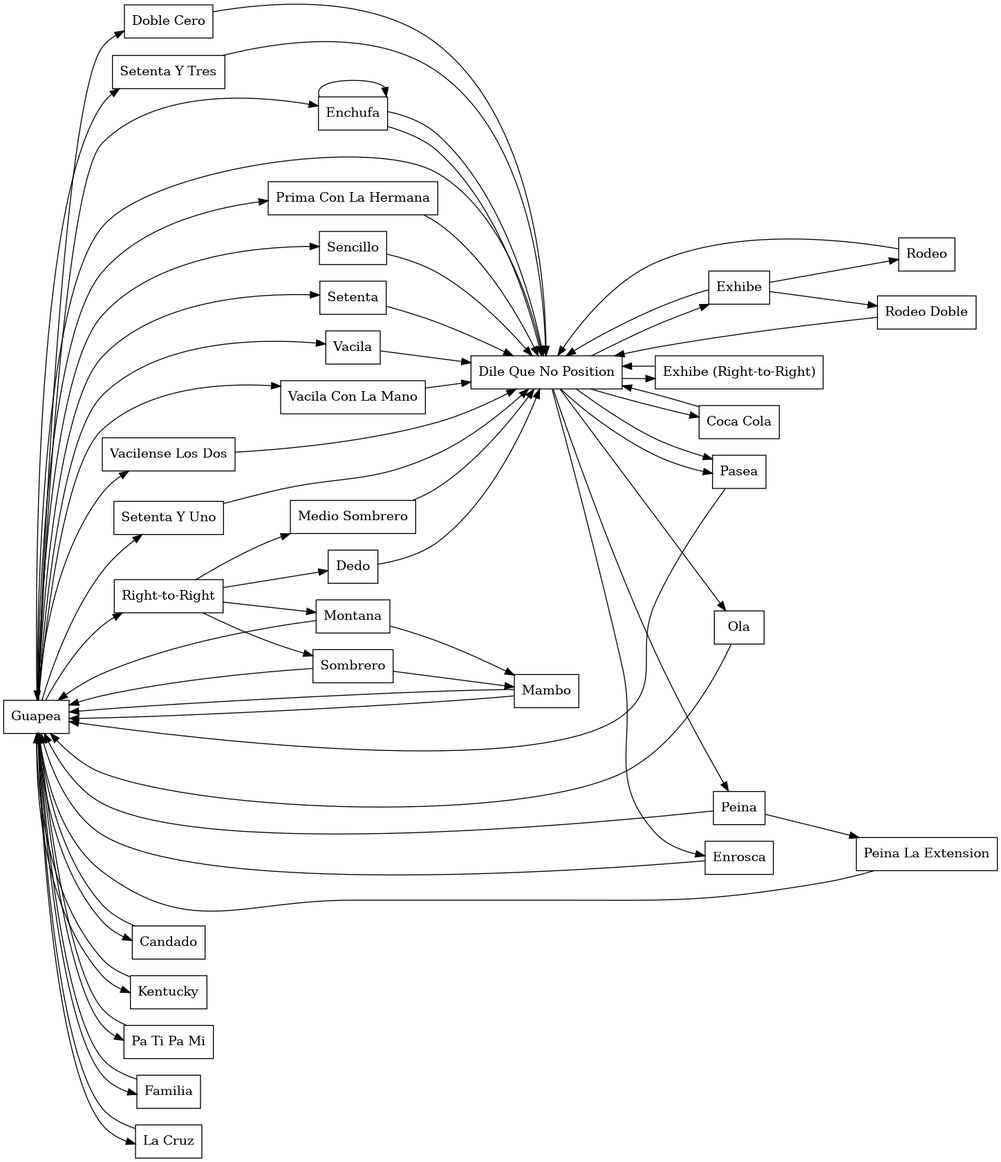
Earlier version of the Graphviz export imgs/social_all_dile_que_no_is_same.png (adharsh/Salsa). Its source is kept beside it as social_all_dile_que_no_is_same.dot. Its diagram source:
```dot
/*
Example choreographies:
- peina, peina la extension (turn myself, turn partner), pa ti pa mi
- echufa, enchufa, exhibe rodeo (or rodeo double), peina

Notes
- Guapea can be skipped
- Rueda moves, add *, can be disabled

Others:
- https://bachatasteps.com/?topic=salsa&options=newest
- https://www.makelinux.net/salsa/
- guapea -> familia -> guapea, does it end in dilequeno?
- tf is traslado?
- la cruz ends in dile que no position or guapea?
- exhibe (right-to-right), only option is pasea?

- Can all dile que no positions can be right-to-right?
- Should I add back in closed position moves?
   - Which implies after any dile que no closed position?

*/

digraph SalsaDanceMoves {
  rankdir=LR;
  node [shape=box];
  edge [color=black];

  Guapea -> Enchufa;
  Enchufa -> "Dile Que No Position";
  Enchufa -> "Dile Que No Position";
  "Dile Que No Position" -> Guapea;
  "Dile Que No Position" -> Exhibe;
  "Dile Que No Position" -> Pasea;
  "Dile Que No Position" -> Pasea;
  Pasea -> Guapea;
  Exhibe -> "Dile Que No Position";


  Enchufa -> Enchufa;
  Guapea -> Candado -> Guapea;
  Guapea -> Kentucky -> Guapea;
  Guapea -> "Pa Ti Pa Mi" -> Guapea;

  Guapea -> "Prima Con La Hermana" -> "Dile Que No Position";
  Guapea -> Familia -> Guapea;

  Exhibe -> Rodeo -> "Dile Que No Position";
  Exhibe -> "Rodeo Doble" -> "Dile Que No Position";
  Guapea -> "La Cruz" -> Guapea;

  Guapea -> Sencillo -> "Dile Que No Position";
  Guapea -> Setenta -> "Dile Que No Position";

  Guapea -> Vacila -> "Dile Que No Position";
  Guapea -> "Vacila Con La Mano" -> "Dile Que No Position";
  Guapea -> "Vacilense Los Dos" -> "Dile Que No Position";
  Guapea -> "Right-to-Right";
  "Right-to-Right" -> "Medio Sombrero" -> "Dile Que No Position";
  "Dile Que No Position" -> "Exhibe (Right-to-Right)" -> "Dile Que No Position";

  "Right-to-Right" -> Sombrero -> Guapea;
  Sombrero -> Mambo -> Guapea;
  "Dile Que No Position" -> Ola -> Guapea;
  "Right-to-Right" -> Dedo -> "Dile Que No Position";
  "Right-to-Right" -> Montana -> Guapea;
  Montana -> Mambo -> Guapea;

  "Dile Que No Position" -> Peina -> Guapea;
  Peina -> "Peina La Extension" -> Guapea;
  "Dile Que No Position" -> Enrosca -> Guapea;
  Guapea -> "Setenta Y Uno" -> "Dile Que No Position";
  "Dile Que No Position" -> "Coca Cola" -> "Dile Que No Position";

  Guapea -> "Doble Cero" -> "Dile Que No Position";
  Guapea -> "Setenta Y Tres" -> "Dile Que No Position";
}
```
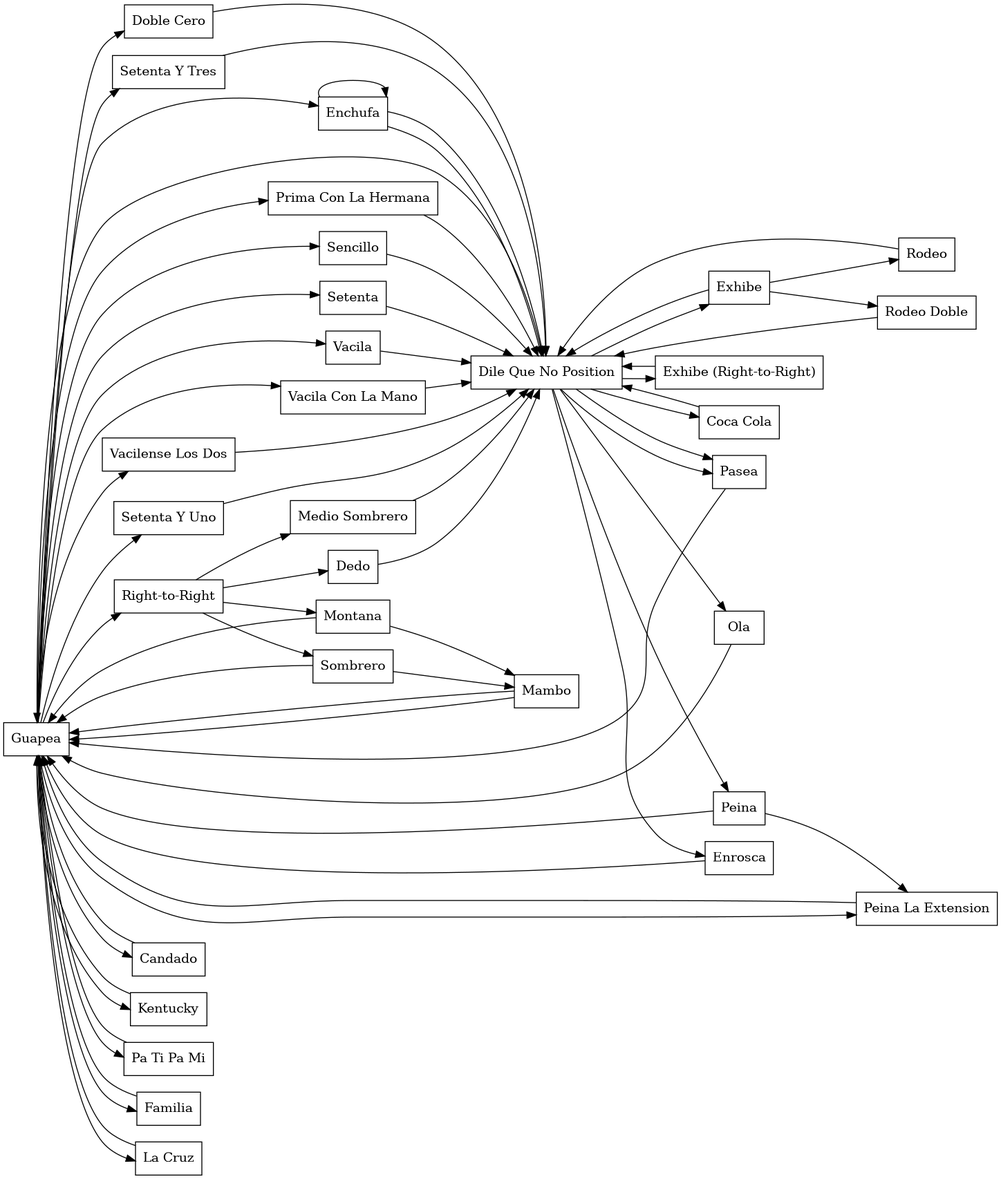
Above is the later version.

Commit message:
Added more flexibility to peina la extension

Diff of the diagram source:
```diff
@@ -67,7 +67,8 @@
   Montana -> Mambo -> Guapea;
 
   "Dile Que No Position" -> Peina -> Guapea;
-  Peina -> "Peina La Extension" -> Guapea;
+  Peina -> "Peina La Extension";
+  Guapea -> "Peina La Extension" -> Guapea;
   "Dile Que No Position" -> Enrosca -> Guapea;
   Guapea -> "Setenta Y Uno" -> "Dile Que No Position";
   "Dile Que No Position" -> "Coca Cola" -> "Dile Que No Position";
```
